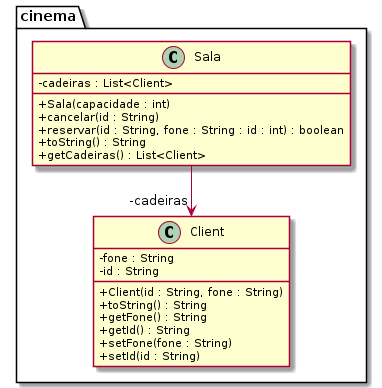
This is trabalhos/07_2/diagrama.png from Atilio-Luiz/poo_es_2021, a PlantUML export, as it was before one commit. Source of this version:
```plantuml
@startuml diagrama
skinparam classAttributeIconSize 0
hide empty methods
hide empty attributes
skinparam nodesep 70
skinparam ranksep 50
package cinema {
class Sala {
    - cadeiras : List<Client>

    + Sala(capacidade : int)
    + cancelar(id : String)
    + reservar(id : String, fone : String : id : int) : boolean
    + toString() : String
    + getCadeiras() : List<Client>
}
class Client {
    - fone : String
    - id : String

    + Client(id : String, fone : String)
    + toString() : String
    + getFone() : String
    + getId() : String
    + setFone(fone : String)
    + setId(id : String)
}
Sala --> "-cadeiras" Client
}
@enduml
```
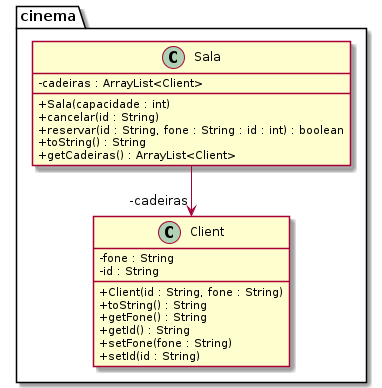
After the commit.

Commit message:
Adição de atividade

The edit, as a diff of the source:
```diff
@@ -6,13 +6,13 @@
 skinparam ranksep 50
 package cinema {
 class Sala {
-    - cadeiras : List<Client>
+    - cadeiras : ArrayList<Client>
 
     + Sala(capacidade : int)
     + cancelar(id : String)
     + reservar(id : String, fone : String : id : int) : boolean
     + toString() : String
-    + getCadeiras() : List<Client>
+    + getCadeiras() : ArrayList<Client>
 }
 class Client {
     - fone : String
```
